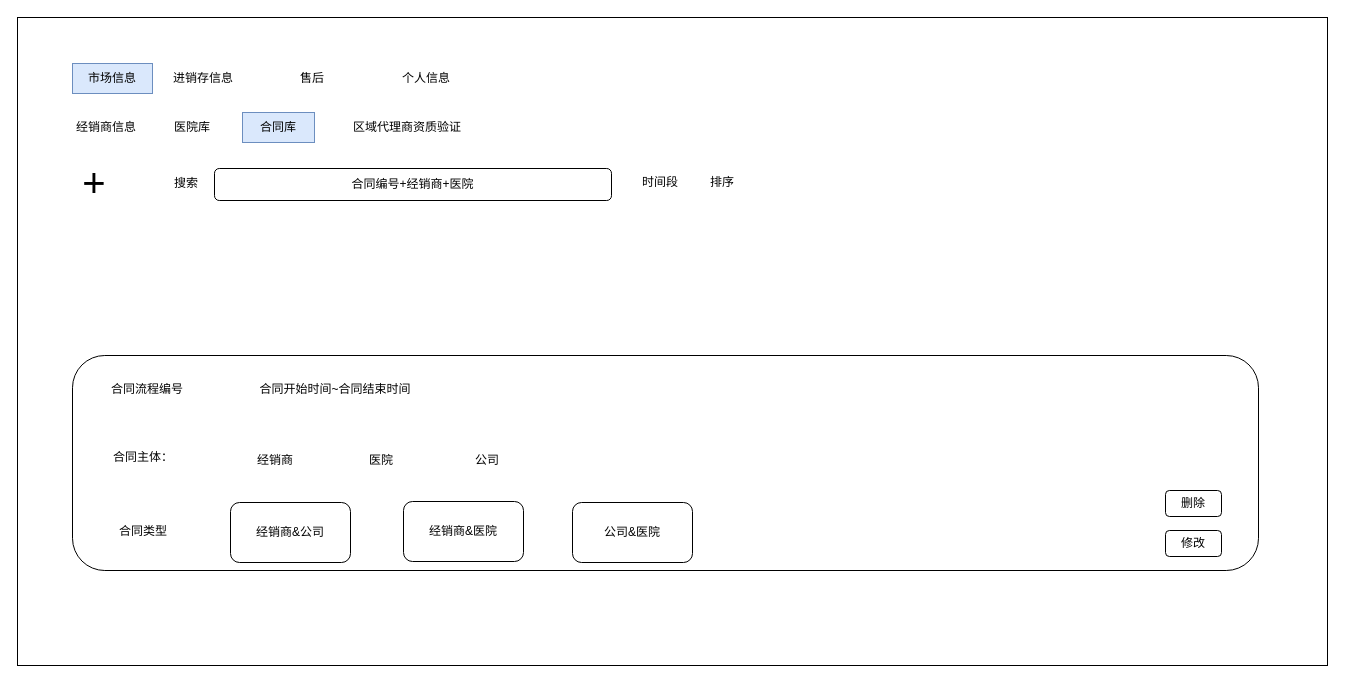
Above: page "合同库" (3 of 6) of 泰加市场.drawio in cangwang/news (draw.io), before the change. Source tidied: cells renumbered, new cells numbered last; positions are measured from the earlier drawing's top-left corner, leaving out a move shared by most shapes. Both pictures are drawn from the tidied source at 100%, with x=0, y=0 at pixel (17, 17).
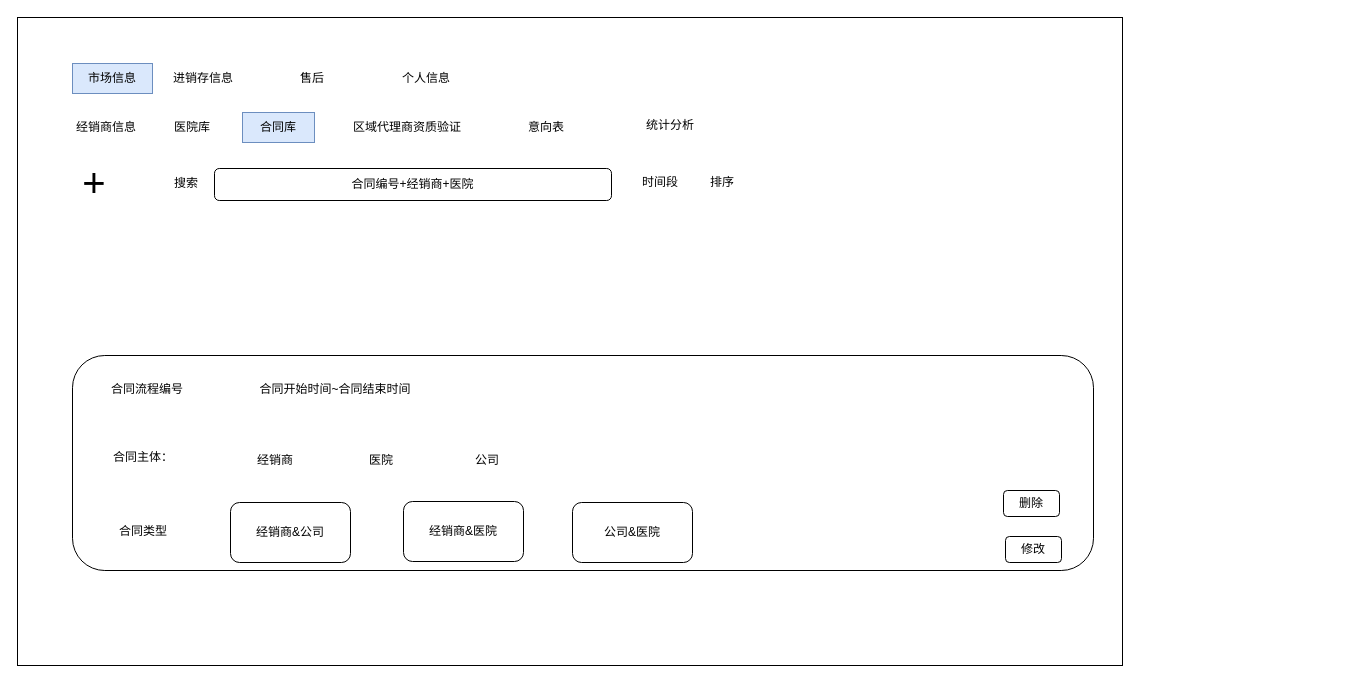
After the change.

The edit, as a diff of the source:
```diff
@@
     <mxCell id="2" style="rounded=0;whiteSpace=wrap;html=1;" parent="1" vertex="1">
-      <mxGeometry width="1310" height="648" as="geometry" />
+      <mxGeometry width="1105" height="648" as="geometry" />
     </mxCell>
@@
     <mxCell id="7" style="rounded=1;whiteSpace=wrap;html=1;fontSize=12;" parent="1" vertex="1">
-      <mxGeometry x="55" y="338" width="1186" height="215" as="geometry" />
+      <mxGeometry x="55" y="338" width="1021" height="215" as="geometry" />
     </mxCell>
@@
     <mxCell id="18" value="修改" style="rounded=1;whiteSpace=wrap;html=1;fontSize=12;" parent="1" vertex="1">
-      <mxGeometry x="1148" y="513" width="56" height="26" as="geometry" />
+      <mxGeometry x="988" y="519" width="56" height="26" as="geometry" />
     </mxCell>
     <mxCell id="19" value="删除" style="rounded=1;whiteSpace=wrap;html=1;fontSize=12;" parent="1" vertex="1">
-      <mxGeometry x="1148" y="473" width="56" height="26" as="geometry" />
+      <mxGeometry x="986" y="473" width="56" height="26" as="geometry" />
     </mxCell>
@@
+    <mxCell id="29" value="意向表" style="text;html=1;align=center;verticalAlign=middle;whiteSpace=wrap;rounded=0;" parent="1" vertex="1">
+      <mxGeometry x="489" y="95" width="80" height="30" as="geometry" />
+    </mxCell>
+    <mxCell id="30" value="统计分析" style="text;html=1;align=center;verticalAlign=middle;whiteSpace=wrap;rounded=0;" parent="1" vertex="1">
+      <mxGeometry x="613" y="93" width="80" height="30" as="geometry" />
+    </mxCell>
```
